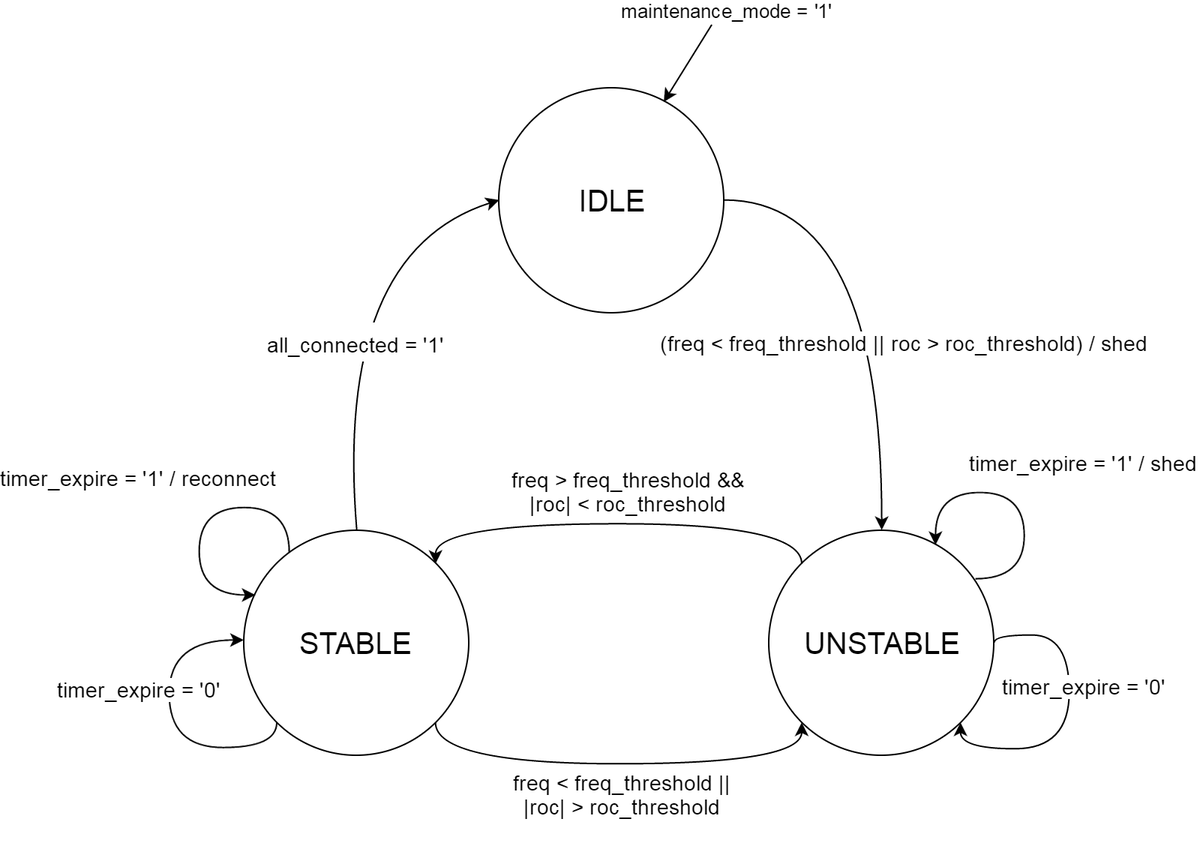
Earlier version of the draw.io export Load Manager Task FSM.png (szha215/cs723-freertos-frequency-relay). Source tidied: cells renumbered, new cells last; positions are measured from the earlier drawing's top-left corner, leaving out a move shared by most shapes.
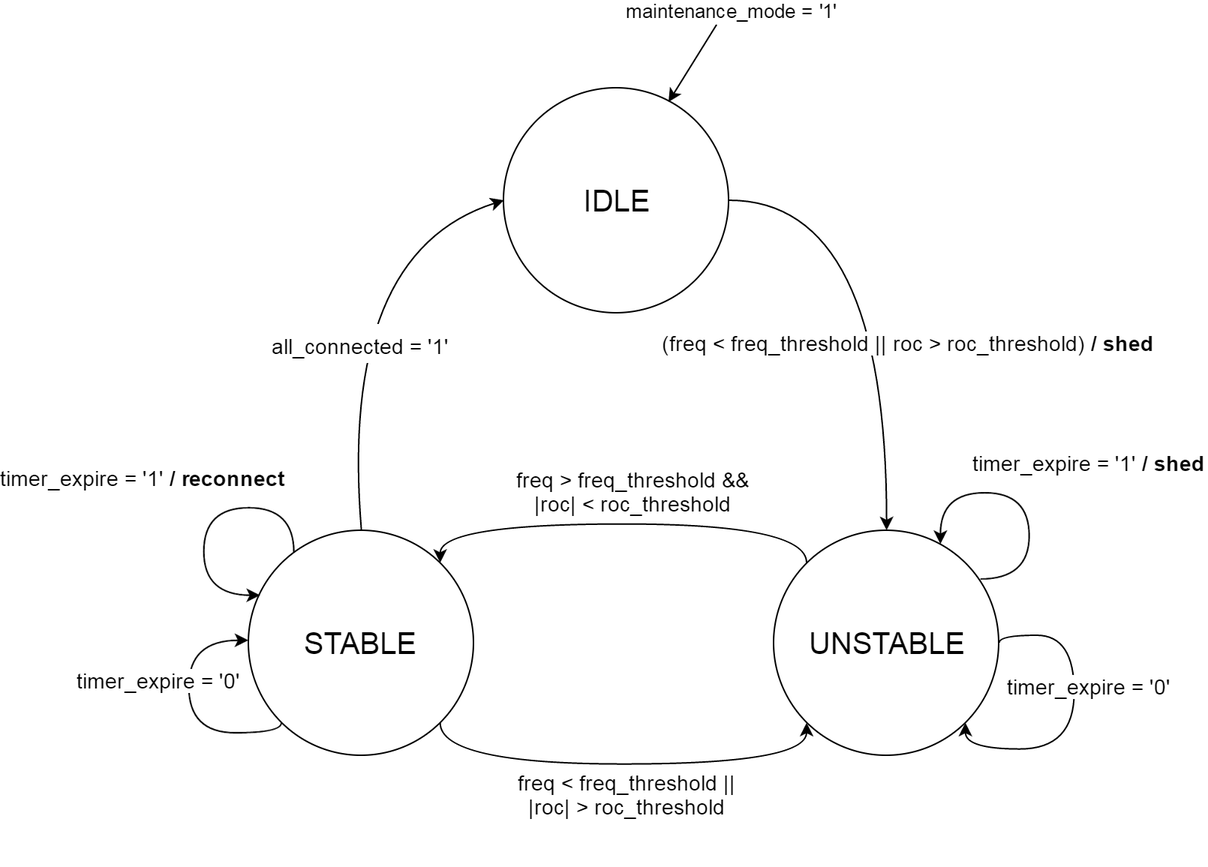
Above is the later version.

Diff of the diagram source:
```diff
@@ -8,20 +8,13 @@
     <mxCell id="3" value="&lt;font style=&quot;font-size: 20px&quot;&gt;UNSTABLE&lt;/font&gt;" style="ellipse;whiteSpace=wrap;html=1;" parent="1" vertex="1">
       <mxGeometry x="400" y="337" width="150" height="150" as="geometry" />
     </mxCell>
-    <mxCell id="4" value="&lt;div&gt;&lt;font style=&quot;font-size: 14px&quot;&gt;(freq &amp;lt; freq_threshold || roc &amp;gt; roc_threshold) / shed&lt;/font&gt;&lt;/div&gt;" style="edgeStyle=orthogonalEdgeStyle;html=1;exitX=1;exitY=0.5;entryX=0.5;entryY=0;jettySize=auto;curved=1;" parent="1" edge="1" source="2" target="3">
+    <mxCell id="4" value="&lt;div&gt;&lt;font style=&quot;font-size: 14px&quot;&gt;(freq &amp;lt; freq_threshold || roc &amp;gt; roc_threshold) &lt;b&gt;/ shed&lt;/b&gt;&lt;/font&gt;&lt;/div&gt;" style="edgeStyle=orthogonalEdgeStyle;html=1;exitX=1;exitY=0.5;entryX=0.5;entryY=0;jettySize=auto;curved=1;" parent="1" edge="1" source="2" target="3">
       <mxGeometry x="0.23" y="15" relative="1" as="geometry">
         <Array as="points">
           <mxPoint x="475" y="117" />
         </Array>
       </mxGeometry>
     </mxCell>
-    <mxCell id="5" value="&lt;font color=&quot;#000000&quot; style=&quot;font-size: 14px&quot;&gt;all_connected = '1'&lt;/font&gt;" style="edgeStyle=none;html=1;exitX=0.5;exitY=0;entryX=0;entryY=0.5;startArrow=none;startFill=0;endArrow=classic;endFill=1;jettySize=auto;strokeColor=#000000;strokeWidth=1;fontSize=22;fontColor=#B85450;curved=1;" parent="1" edge="1" source="6" target="2">
-      <mxGeometry x="-0.17" y="-10" relative="1" as="geometry">
-        <Array as="points">
-          <mxPoint x="110" y="152" />
-        </Array>
-      </mxGeometry>
-    </mxCell>
     <mxCell id="6" value="&lt;font style=&quot;font-size: 20px&quot;&gt;STABLE&lt;/font&gt;" style="ellipse;whiteSpace=wrap;html=1;" parent="1" vertex="1">
       <mxGeometry x="50" y="337" width="150" height="150" as="geometry" />
     </mxCell>
@@ -47,7 +40,7 @@
     <mxCell id="10" value="&lt;div align=&quot;center&quot;&gt;&lt;font style=&quot;font-size: 14px&quot;&gt;freq&amp;nbsp;&amp;lt; freq_threshold&amp;nbsp;||&lt;/font&gt;&lt;/div&gt;&lt;div align=&quot;center&quot;&gt;&lt;font style=&quot;font-size: 14px&quot;&gt;|roc|&amp;nbsp;&amp;gt; roc_threshold&lt;/font&gt;&lt;/div&gt;" style="text;html=1;" parent="1" vertex="1">
       <mxGeometry x="228" y="491" width="260" height="70" as="geometry" />
     </mxCell>
-    <mxCell id="11" value="&lt;font style=&quot;font-size: 14px&quot;&gt;timer_expire = '1' / reconnect&lt;/font&gt;" style="edgeStyle=orthogonalEdgeStyle;curved=1;html=1;entryX=0.053;entryY=0.287;jettySize=auto;orthogonalLoop=1;entryPerimeter=0;" parent="1" edge="1" source="6" target="6">
+    <mxCell id="11" value="&lt;font style=&quot;font-size: 14px&quot;&gt;timer_expire = '1' &lt;b&gt;/ reconnect&lt;/b&gt;&lt;/font&gt;" style="edgeStyle=orthogonalEdgeStyle;curved=1;html=1;entryX=0.053;entryY=0.287;jettySize=auto;orthogonalLoop=1;entryPerimeter=0;" parent="1" edge="1" source="6" target="6">
       <mxGeometry x="-0.03" y="-45" relative="1" as="geometry">
         <Array as="points">
           <mxPoint x="80" y="322" />
@@ -57,7 +50,7 @@
         <mxPoint x="5" y="-20" as="offset" />
       </mxGeometry>
     </mxCell>
-    <mxCell id="12" value="&lt;font style=&quot;font-size: 14px&quot;&gt;timer_expire = '1' / shed&lt;/font&gt;" style="edgeStyle=orthogonalEdgeStyle;curved=1;html=1;exitX=0.917;exitY=0.215;entryX=0.74;entryY=0.063;jettySize=auto;orthogonalLoop=1;entryPerimeter=0;exitPerimeter=0;" parent="1" edge="1" source="3" target="3">
+    <mxCell id="12" value="&lt;font style=&quot;font-size: 14px&quot;&gt;timer_expire = '1' &lt;b&gt;/ shed&lt;/b&gt;&lt;/font&gt;" style="edgeStyle=orthogonalEdgeStyle;curved=1;html=1;exitX=0.917;exitY=0.215;entryX=0.74;entryY=0.063;jettySize=auto;orthogonalLoop=1;entryPerimeter=0;exitPerimeter=0;" parent="1" edge="1" source="3" target="3">
       <mxGeometry x="-0.02" y="-44" relative="1" as="geometry">
         <Array as="points">
           <mxPoint x="570" y="369" />
@@ -80,9 +73,9 @@
     <mxCell id="14" value="&lt;font style=&quot;font-size: 14px&quot;&gt;timer_expire = '0'&lt;/font&gt;" style="edgeStyle=orthogonalEdgeStyle;curved=1;html=1;exitX=0;exitY=1;jettySize=auto;orthogonalLoop=1;" parent="1" edge="1" source="6" target="6">
       <mxGeometry x="0.21" y="20" relative="1" as="geometry">
         <Array as="points">
-          <mxPoint x="72" y="482" />
-          <mxPoint y="482" />
-          <mxPoint y="410" />
+          <mxPoint x="72" y="472" />
+          <mxPoint x="10" y="472" />
+          <mxPoint x="10" y="410" />
         </Array>
       </mxGeometry>
     </mxCell>
@@ -93,5 +86,12 @@
         <mxPoint x="-2" y="-17" as="offset" />
       </mxGeometry>
     </mxCell>
+    <mxCell id="5" value="&lt;font color=&quot;#000000&quot; style=&quot;font-size: 14px&quot;&gt;all_connected = '1'&lt;/font&gt;" style="edgeStyle=none;html=1;exitX=0.5;exitY=0;entryX=0;entryY=0.5;startArrow=none;startFill=0;endArrow=classic;endFill=1;jettySize=auto;strokeColor=#000000;strokeWidth=1;fontSize=22;fontColor=#B85450;curved=1;" parent="1" edge="1" source="6" target="2">
+      <mxGeometry x="-0.17" y="-10" relative="1" as="geometry">
+        <Array as="points">
+          <mxPoint x="110" y="152" />
+        </Array>
+      </mxGeometry>
+    </mxCell>
   </root>
 </mxGraphModel>
```
